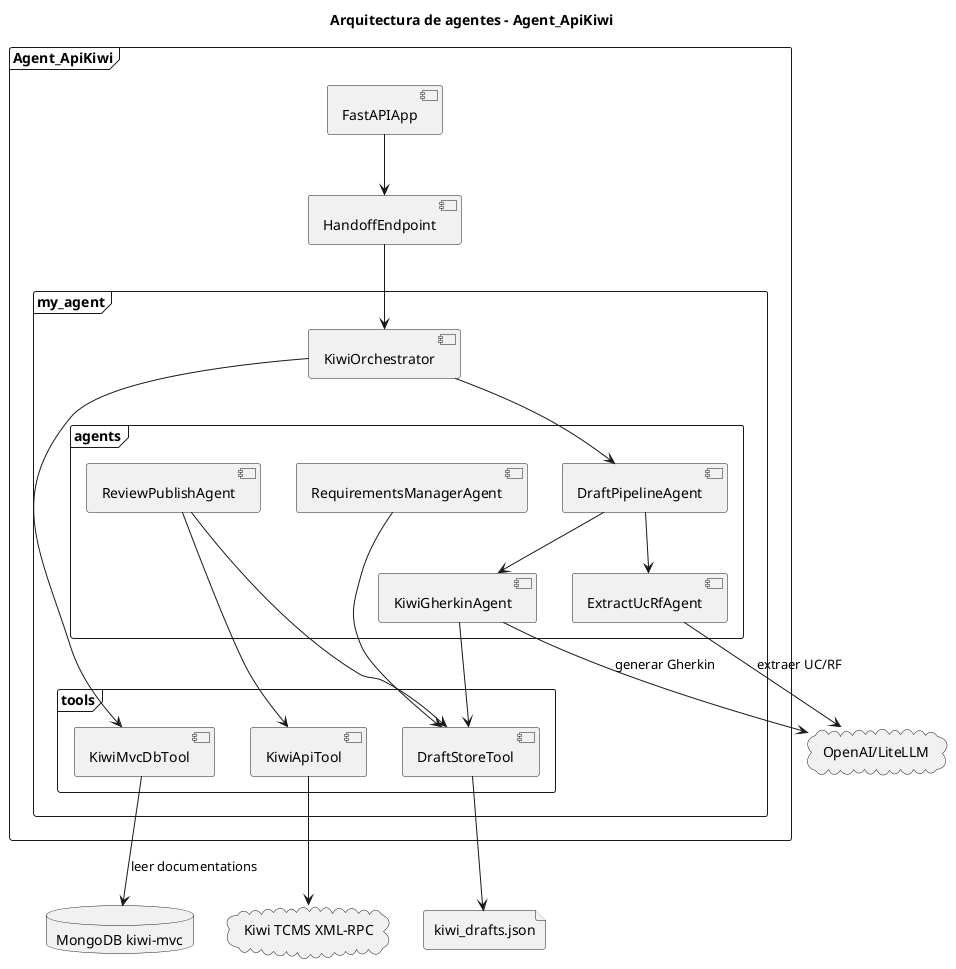
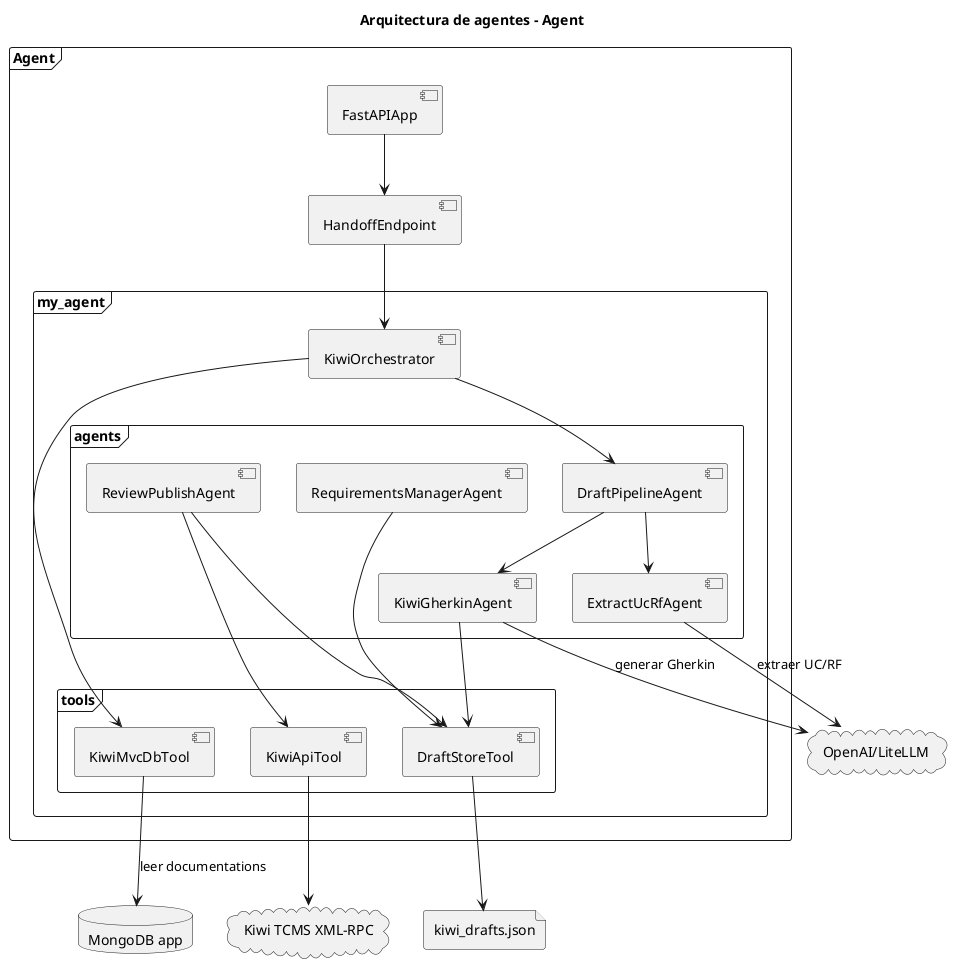
@startuml
skinparam packageStyle rectangle
skinparam shadowing false

- title Arquitectura de agentes - Agent_ApiKiwi
+ title Arquitectura de agentes - Agent

- frame "Agent_ApiKiwi" {
+ frame "Agent" {
  component FastAPIApp
  component HandoffEndpoint

  frame "my_agent" {
    component KiwiOrchestrator

    frame "agents" {
      component DraftPipelineAgent
      component ExtractUcRfAgent
      component KiwiGherkinAgent
      component ReviewPublishAgent
      component RequirementsManagerAgent
    }

    frame "tools" {
      component KiwiMvcDbTool
      component DraftStoreTool
      component KiwiApiTool
    }
  }
}

- database "MongoDB kiwi-mvc" as MongoDB
+ database "MongoDB app" as MongoDB
file "kiwi_drafts.json" as DraftJson
cloud "OpenAI/LiteLLM" as LLM
cloud "Kiwi TCMS XML-RPC" as Kiwi

FastAPIApp --> HandoffEndpoint
HandoffEndpoint --> KiwiOrchestrator

KiwiOrchestrator --> KiwiMvcDbTool
KiwiMvcDbTool --> MongoDB : leer documentations

KiwiOrchestrator --> DraftPipelineAgent
DraftPipelineAgent --> ExtractUcRfAgent
DraftPipelineAgent --> KiwiGherkinAgent

ExtractUcRfAgent --> LLM : extraer UC/RF
KiwiGherkinAgent --> LLM : generar Gherkin

KiwiGherkinAgent --> DraftStoreTool
ReviewPublishAgent --> DraftStoreTool
RequirementsManagerAgent --> DraftStoreTool

DraftStoreTool --> DraftJson
ReviewPublishAgent --> KiwiApiTool
KiwiApiTool --> Kiwi

@enduml
